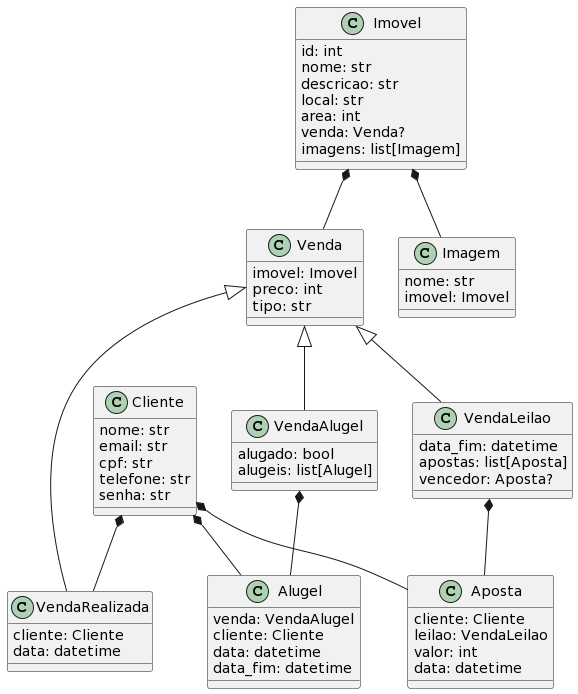
The PlantUML diagram uml.png in lgs2005/imboliaria-imoveis, before a commit.
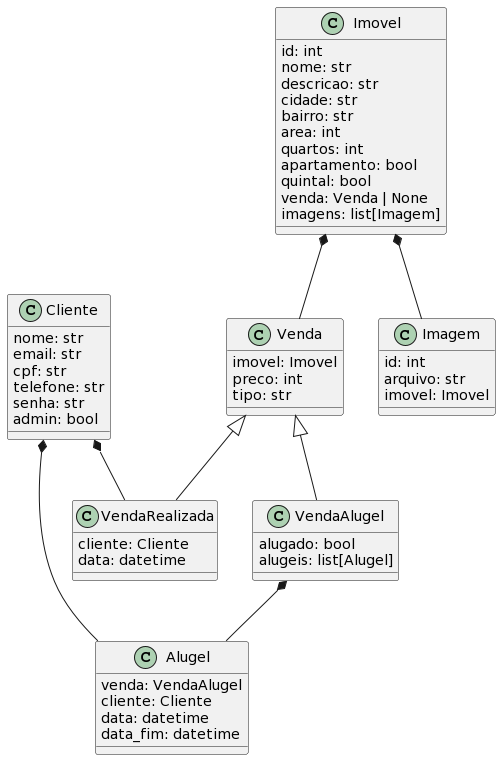
Above is the later version.

Diff of the diagram source:
```diff
@@ -5,15 +5,20 @@
 cpf: str
 telefone: str
 senha: str
+admin: bool
 }
 
 class Imovel {
 id: int
 nome: str
 descricao: str
-local: str
+cidade: str
+bairro: str
 area: int
-venda: Venda?
+quartos: int
+apartamento: bool
+quintal: bool
+venda: Venda | None
 imagens: list[Imagem]
 }
 
@@ -46,25 +51,10 @@
 data_fim: datetime
 }
 
-Venda <|-- VendaLeilao
-class VendaLeilao {
-data_fim: datetime
-apostas: list[Aposta]
-vencedor: Aposta?
-}
-
-VendaLeilao *-- Aposta
-Cliente *-- Aposta
-class Aposta {
-cliente: Cliente
-leilao: VendaLeilao
-valor: int
-data: datetime
-}
-
 Imovel *-- Imagem
 class Imagem {
-nome: str
+id: int
+arquivo: str
 imovel: Imovel
 }
 @enduml
```
